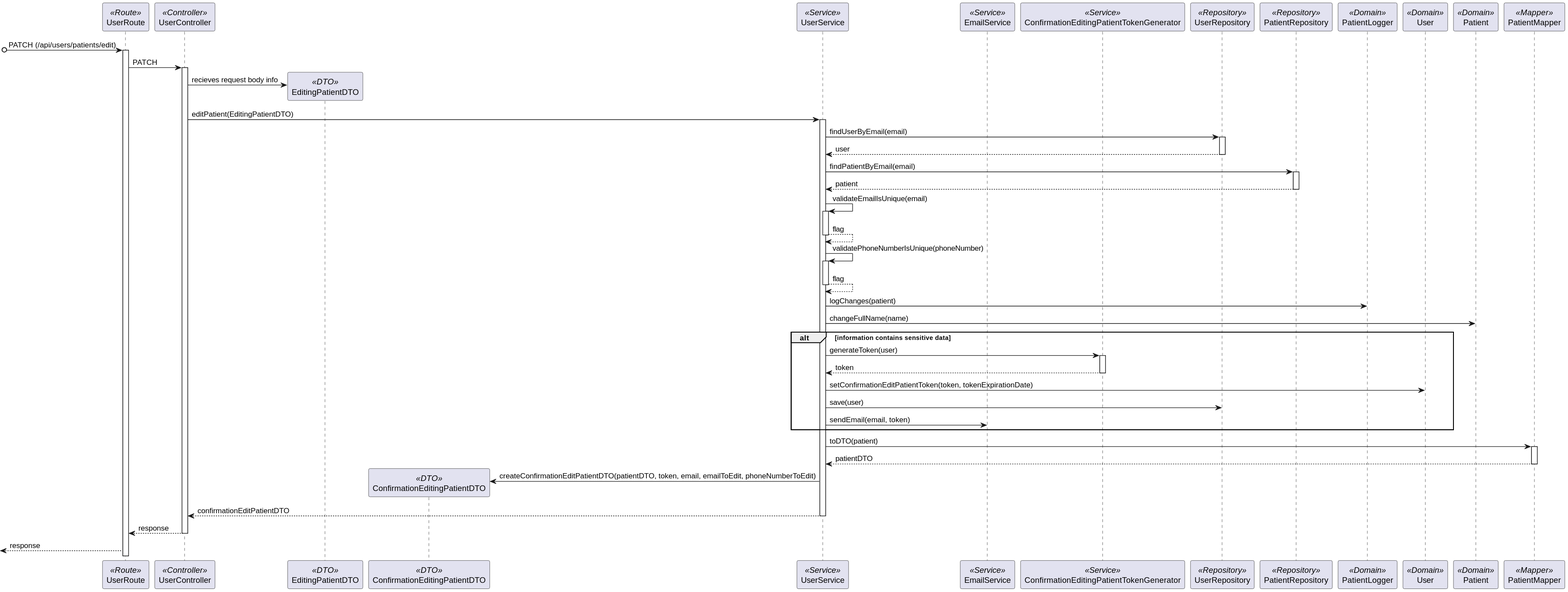
Before: docs/Sprint_1/US_5.1.4/L3/Process_View_Prior_Confirmation.svg, a diagram exported from PlantUML (Rodrick0209/ISEP-SEM5PI-24-25).
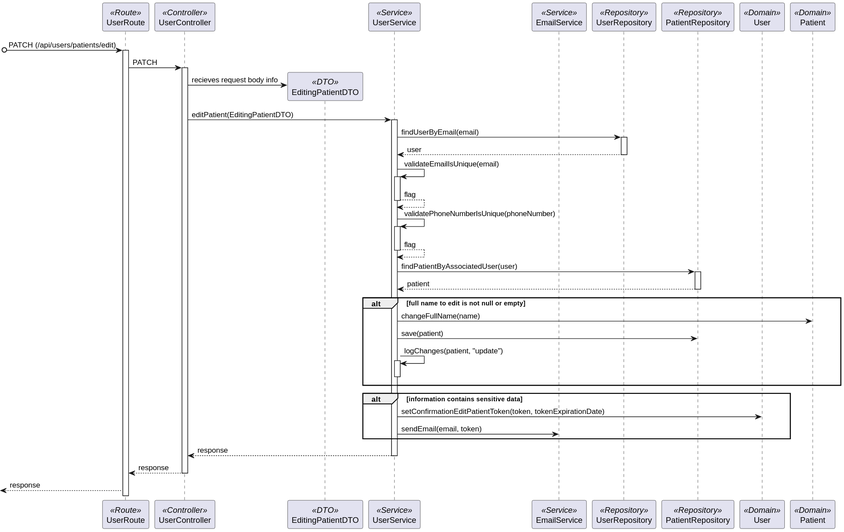
After the commit.

What changed in the source:
```diff
@@ -2,16 +2,12 @@
 participant UserRoute as Route <<Route>>
 participant UserController as Controller <<Controller>>
 participant EditingPatientDTO as DTO <<DTO>>
-participant ConfirmationEditingPatientDTO as ConfirmationDTO <<DTO>>
 participant UserService as Service <<Service>>
 participant EmailService as EmailService <<Service>>
-participant ConfirmationEditingPatientTokenGenerator as TokenGenerator <<Service>>
 participant UserRepository as Repository <<Repository>>
 participant PatientRepository as PatientRepository <<Repository>>
-participant PatientLogger as Logger <<Domain>>
 participant User as User <<Domain>>
 participant Patient as Patient <<Domain>>
-participant PatientMapper as Mapper <<Mapper>>
 [o-> Route: PATCH (/api/users/patients/edit)
 activate Route
 Route -> Controller : PATCH
@@ -22,30 +18,27 @@
 Service -> Repository : findUserByEmail(email)
 activate Repository
 return user
-Service -> PatientRepository : findPatientByEmail(email)
-activate PatientRepository
-return patient
 Service -> Service : validateEmailIsUnique(email)
 activate Service
 return flag
 Service -> Service : validatePhoneNumberIsUnique(phoneNumber)
 activate Service
 return flag
-Service -> Logger : logChanges(patient)
+Service -> PatientRepository : findPatientByAssociatedUser(user)
+activate PatientRepository
+return patient
+alt full name to edit is not null or empty
 Service -> Patient : changeFullName(name)
+Service -> PatientRepository : save(patient)
+Service -> Service : logChanges(patient, "update")
+activate Service
+deactivate Service
+end
 alt information contains sensitive data
-Service -> TokenGenerator : generateToken(user)
-activate TokenGenerator
-return token
 Service -> User : setConfirmationEditPatientToken(token, tokenExpirationDate)
-Service -> Repository : save(user)
 Service -> EmailService : sendEmail(email, token)
 end
-Service -> Mapper : toDTO(patient)
-activate Mapper
-return patientDTO
-Service -> ConfirmationDTO** : createConfirmationEditPatientDTO(patientDTO, token, email, emailToEdit, phoneNumberToEdit)
-return confirmationEditPatientDTO
+return response
 return response
 <-- Route : response
 @enduml
```
